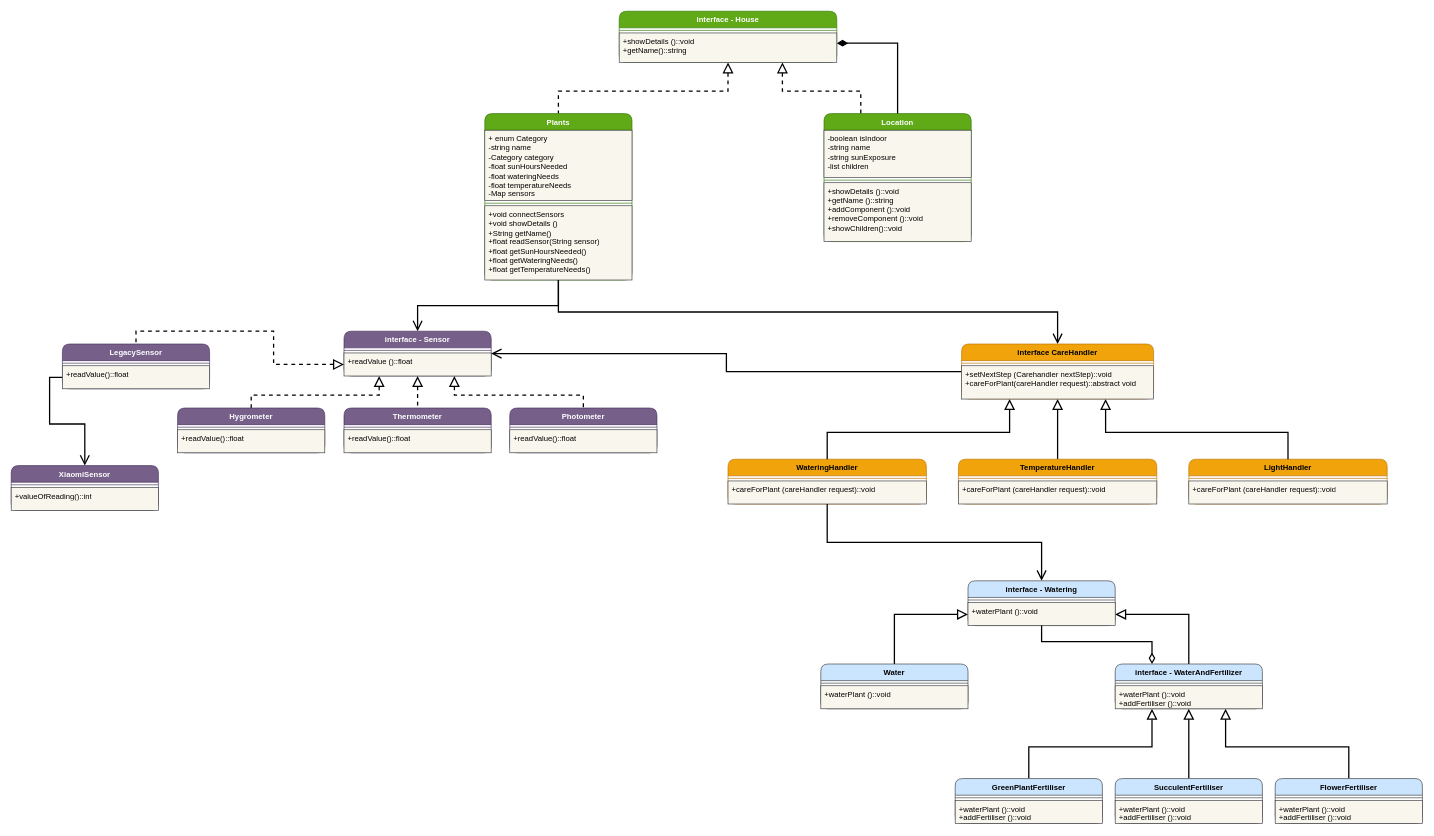
Earlier version of the draw.io diagram smart_plant_app.drawio (Federico-Alessi/smartplantapp). Source tidied: cells renumbered, new cells numbered last; positions are measured from the earlier drawing's top-left corner, leaving out a move shared by most shapes. Both pictures are drawn from the tidied source at 64%, with x=0, y=0 at pixel (11, 11).
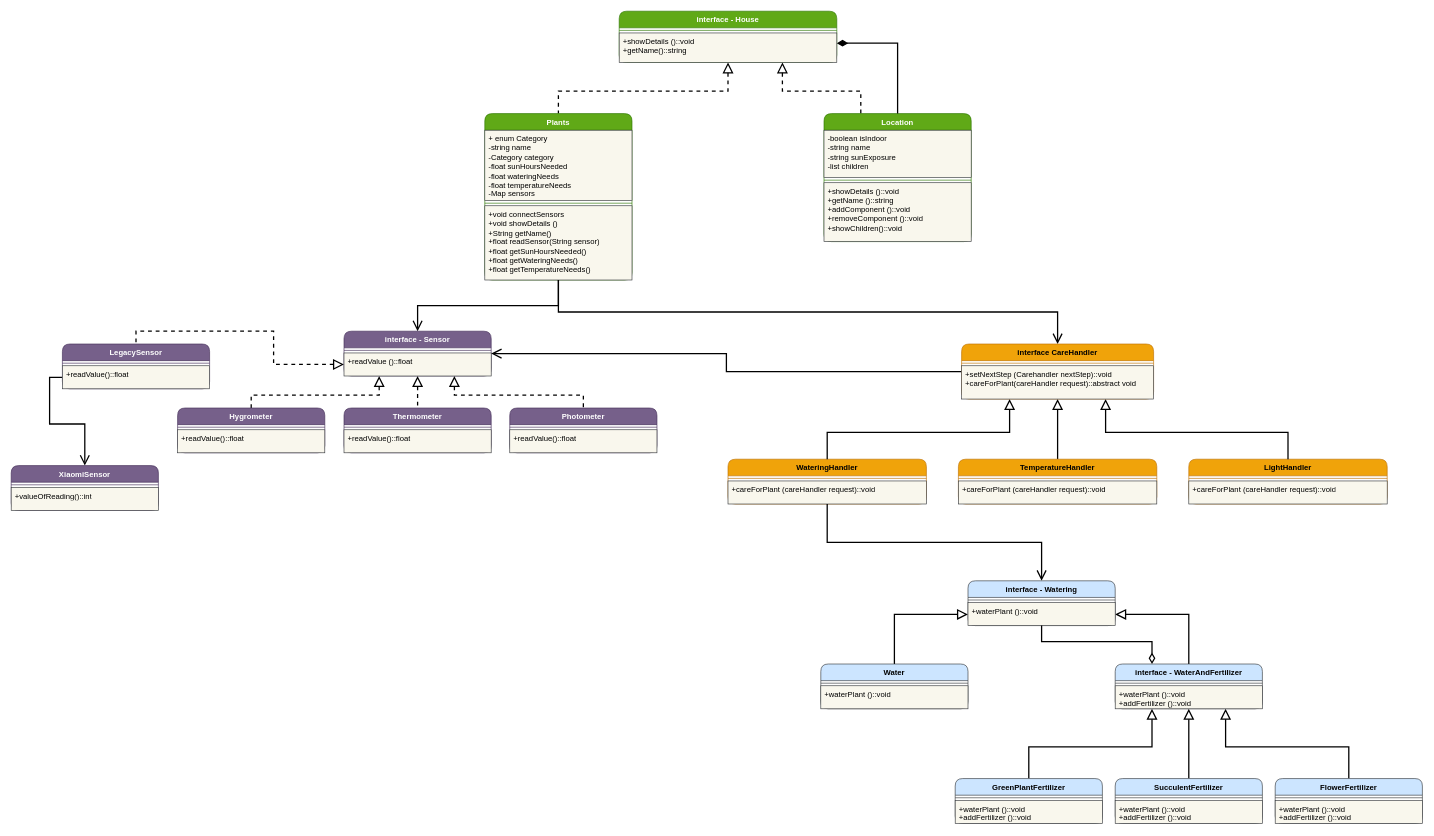
Above is the later version.

Unchanged cells that the change refers to:
```xml
<mxCell id="69" value="interface - WaterAndFertilizer" style="swimlane;fontStyle=1;align=center;verticalAlign=top;horizontal=1;startSize=26;whiteSpace=wrap;html=1;fillColor=#cce5ff;strokeColor=#36393d;rounded=1;spacingLeft=4;spacingRight=4;fontFamily=Helvetica;fontSize=12;" parent="1" vertex="1">
  <mxGeometry x="1725" y="1020" width="230" height="70" as="geometry" />
</mxCell>
```

Change to the diagram source:
```diff
@@
-    <mxCell id="71" value="&lt;div&gt;+waterPlant ()::void&lt;/div&gt;&lt;div&gt;+addFertiliser ()::void&lt;/div&gt;" style="text;align=left;verticalAlign=top;spacingLeft=4;spacingRight=4;overflow=hidden;whiteSpace=wrap;html=1;fillColor=#f9f7ed;strokeColor=#36393d;rounded=0;fontFamily=Helvetica;fontSize=12;fontColor=default;" parent="69" vertex="1">
+    <mxCell id="71" value="&lt;div&gt;+waterPlant ()::void&lt;/div&gt;&lt;div&gt;+addFertilizer ()::void&lt;/div&gt;" style="text;align=left;verticalAlign=top;spacingLeft=4;spacingRight=4;overflow=hidden;whiteSpace=wrap;html=1;fillColor=#f9f7ed;strokeColor=#36393d;rounded=0;fontFamily=Helvetica;fontSize=12;fontColor=default;" parent="69" vertex="1">
       <mxGeometry y="34" width="230" height="36" as="geometry" />
     </mxCell>
-    <mxCell id="72" value="GreenPlantFertiliser" style="swimlane;fontStyle=1;align=center;verticalAlign=top;horizontal=1;startSize=26;whiteSpace=wrap;html=1;fillColor=#cce5ff;strokeColor=#36393d;rounded=1;spacingLeft=4;spacingRight=4;fontFamily=Helvetica;fontSize=12;" parent="1" vertex="1">
+    <mxCell id="72" value="GreenPlantFertilizer" style="swimlane;fontStyle=1;align=center;verticalAlign=top;horizontal=1;startSize=26;whiteSpace=wrap;html=1;fillColor=#cce5ff;strokeColor=#36393d;rounded=1;spacingLeft=4;spacingRight=4;fontFamily=Helvetica;fontSize=12;" parent="1" vertex="1">
       <mxGeometry x="1475" y="1199" width="230" height="70" as="geometry" />
     </mxCell>
@@
-    <mxCell id="74" value="&lt;div&gt;+waterPlant ()::void&lt;/div&gt;&lt;div&gt;+addFertiliser ()::void&lt;/div&gt;" style="text;align=left;verticalAlign=top;spacingLeft=4;spacingRight=4;overflow=hidden;whiteSpace=wrap;html=1;fillColor=#f9f7ed;strokeColor=#36393d;rounded=0;fontFamily=Helvetica;fontSize=12;fontColor=default;" parent="72" vertex="1">
+    <mxCell id="74" value="&lt;div&gt;+waterPlant ()::void&lt;/div&gt;&lt;div&gt;+addFertilizer ()::void&lt;/div&gt;" style="text;align=left;verticalAlign=top;spacingLeft=4;spacingRight=4;overflow=hidden;whiteSpace=wrap;html=1;fillColor=#f9f7ed;strokeColor=#36393d;rounded=0;fontFamily=Helvetica;fontSize=12;fontColor=default;" parent="72" vertex="1">
       <mxGeometry y="34" width="230" height="36" as="geometry" />
     </mxCell>
-    <mxCell id="75" value="SucculentFertiliser" style="swimlane;fontStyle=1;align=center;verticalAlign=top;horizontal=1;startSize=26;whiteSpace=wrap;html=1;fillColor=#cce5ff;strokeColor=#36393d;rounded=1;spacingLeft=4;spacingRight=4;fontFamily=Helvetica;fontSize=12;" parent="1" vertex="1">
+    <mxCell id="75" value="SucculentFertilizer" style="swimlane;fontStyle=1;align=center;verticalAlign=top;horizontal=1;startSize=26;whiteSpace=wrap;html=1;fillColor=#cce5ff;strokeColor=#36393d;rounded=1;spacingLeft=4;spacingRight=4;fontFamily=Helvetica;fontSize=12;" parent="1" vertex="1">
       <mxGeometry x="1725" y="1199" width="230" height="70" as="geometry" />
     </mxCell>
@@
-    <mxCell id="77" value="&lt;div&gt;+waterPlant ()::void&lt;/div&gt;&lt;div&gt;+addFertiliser ()::void&lt;/div&gt;" style="text;align=left;verticalAlign=top;spacingLeft=4;spacingRight=4;overflow=hidden;whiteSpace=wrap;html=1;fillColor=#f9f7ed;strokeColor=#36393d;rounded=0;fontFamily=Helvetica;fontSize=12;fontColor=default;" parent="75" vertex="1">
+    <mxCell id="77" value="&lt;div&gt;+waterPlant ()::void&lt;/div&gt;&lt;div&gt;+addFertilizer ()::void&lt;/div&gt;" style="text;align=left;verticalAlign=top;spacingLeft=4;spacingRight=4;overflow=hidden;whiteSpace=wrap;html=1;fillColor=#f9f7ed;strokeColor=#36393d;rounded=0;fontFamily=Helvetica;fontSize=12;fontColor=default;" parent="75" vertex="1">
       <mxGeometry y="34" width="230" height="36" as="geometry" />
     </mxCell>
-    <mxCell id="78" value="FlowerFertiliser" style="swimlane;fontStyle=1;align=center;verticalAlign=top;horizontal=1;startSize=26;whiteSpace=wrap;html=1;fillColor=#cce5ff;strokeColor=#36393d;rounded=1;spacingLeft=4;spacingRight=4;fontFamily=Helvetica;fontSize=12;" parent="1" vertex="1">
+    <mxCell id="78" value="FlowerFertilizer" style="swimlane;fontStyle=1;align=center;verticalAlign=top;horizontal=1;startSize=26;whiteSpace=wrap;html=1;fillColor=#cce5ff;strokeColor=#36393d;rounded=1;spacingLeft=4;spacingRight=4;fontFamily=Helvetica;fontSize=12;" parent="1" vertex="1">
       <mxGeometry x="1975" y="1199" width="230" height="70" as="geometry" />
     </mxCell>
@@
-    <mxCell id="80" value="&lt;div&gt;+waterPlant ()::void&lt;/div&gt;&lt;div&gt;+addFertiliser ()::void&lt;/div&gt;" style="text;align=left;verticalAlign=top;spacingLeft=4;spacingRight=4;overflow=hidden;whiteSpace=wrap;html=1;fillColor=#f9f7ed;strokeColor=#36393d;rounded=0;fontFamily=Helvetica;fontSize=12;fontColor=default;" parent="78" vertex="1">
+    <mxCell id="80" value="&lt;div&gt;+waterPlant ()::void&lt;/div&gt;&lt;div&gt;+addFertilizer ()::void&lt;/div&gt;" style="text;align=left;verticalAlign=top;spacingLeft=4;spacingRight=4;overflow=hidden;whiteSpace=wrap;html=1;fillColor=#f9f7ed;strokeColor=#36393d;rounded=0;fontFamily=Helvetica;fontSize=12;fontColor=default;" parent="78" vertex="1">
       <mxGeometry y="34" width="230" height="36" as="geometry" />
     </mxCell>
```
